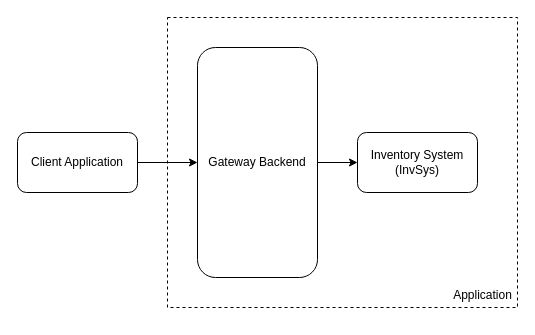
The draw.io diagram images/S1_SimpleUML.drawio in onestar1004/flask-microservice, before the edit. Source tidied: cells renumbered, new cells numbered last; positions are measured from the earlier drawing's top-left corner, leaving out a move shared by most shapes. Both pictures are drawn from the tidied source at 100%, with x=0, y=0 at pixel (17, 17). Pictures stored in the file or linked from it are replaced by grey dashed boxes.
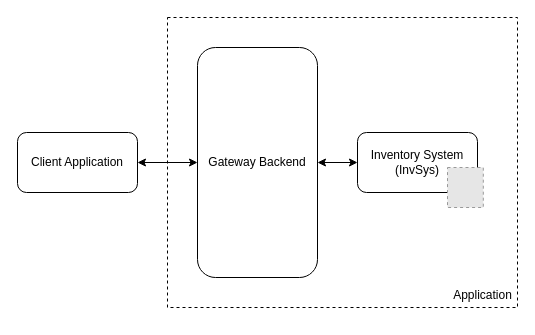
After the change.

Diff of the diagram source:
```diff
@@
 <mxGraphModel>
   <root>
     <mxCell id="0" />
     <mxCell id="1" parent="0" />
     <mxCell id="2" style="rounded=1;whiteSpace=wrap;html=1;fillColor=none;dashed=1;arcSize=0;glass=0;shadow=0;" parent="1" vertex="1">
       <mxGeometry x="150" width="350" height="290" as="geometry" />
     </mxCell>
-    <mxCell id="3" style="edgeStyle=orthogonalEdgeStyle;rounded=0;jettySize=auto;html=1;entryX=0;entryY=0.5;entryDx=0;entryDy=0;" parent="1" edge="1" source="4" target="5">
+    <mxCell id="3" style="edgeStyle=orthogonalEdgeStyle;rounded=0;jettySize=auto;html=1;entryX=0;entryY=0.5;entryDx=0;entryDy=0;startArrow=classic;startFill=1;" parent="1" edge="1" source="4" target="5">
       <mxGeometry relative="1" as="geometry" />
     </mxCell>
     <mxCell id="4" value="Gateway Backend" style="rounded=1;whiteSpace=wrap;html=1;" parent="1" vertex="1">
       <mxGeometry x="180" y="30" width="120" height="230" as="geometry" />
     </mxCell>
     <mxCell id="5" value="Inventory System (InvSys)" style="rounded=1;whiteSpace=wrap;html=1;" parent="1" vertex="1">
       <mxGeometry x="340" y="115" width="120" height="60" as="geometry" />
     </mxCell>
-    <mxCell id="6" style="edgeStyle=orthogonalEdgeStyle;rounded=0;jettySize=auto;html=1;" parent="1" edge="1" source="7" target="4">
+    <mxCell id="6" style="edgeStyle=orthogonalEdgeStyle;rounded=0;jettySize=auto;html=1;startArrow=classic;startFill=1;" parent="1" edge="1" source="7" target="4">
       <mxGeometry relative="1" as="geometry" />
     </mxCell>
     <mxCell id="7" value="Client Application" style="rounded=1;whiteSpace=wrap;html=1;" parent="1" vertex="1">
       <mxGeometry y="115" width="120" height="60" as="geometry" />
     </mxCell>
     <mxCell id="8" value="&lt;div&gt;Application&lt;/div&gt;&lt;div&gt;&lt;br&gt;&lt;/div&gt;" style="text;html=1;align=center;verticalAlign=middle;" parent="1" vertex="1">
       <mxGeometry x="430" y="270" width="70" height="30" as="geometry" />
     </mxCell>
+    <mxCell id="9" style="fillColor=#E6E6E6;strokeColor=#999999;dashed=1;verticalLabelPosition=bottom;labelBackgroundColor=#ffffff;verticalAlign=top;" parent="1" vertex="1">
+      <mxGeometry x="430" y="150" width="35.8" height="40" as="geometry" />
+    </mxCell>
   </root>
 </mxGraphModel>
```
